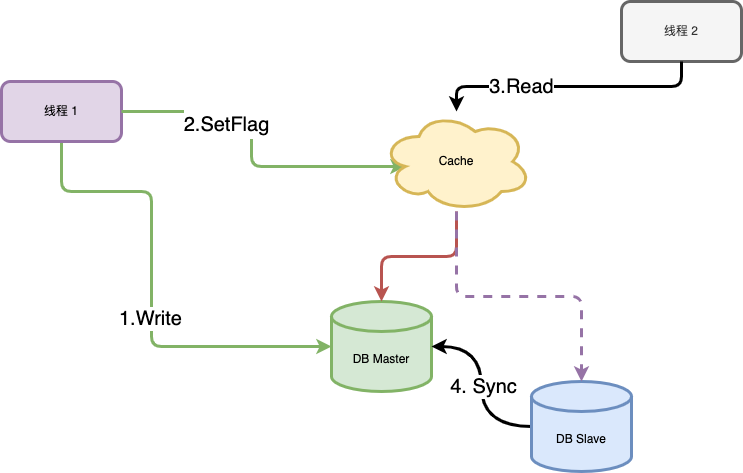
The draw.io diagram dynamicMaster.drawio.png in anriclee/diagramStorage, before a commit. Source tidied: cells renumbered, new cells last; positions are measured from the earlier drawing's top-left corner, leaving out a move shared by most shapes.
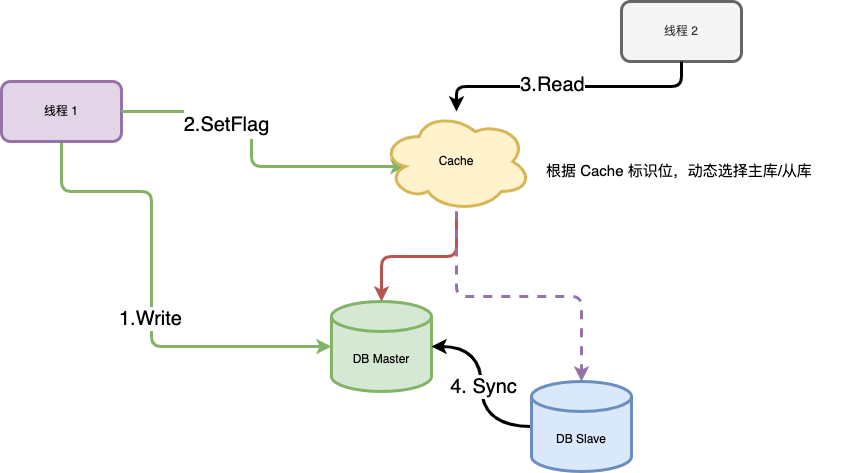
Above is the later version.

What changed in the source:
```diff
@@ -48,7 +48,9 @@
       <mxGeometry relative="1" as="geometry" />
     </mxCell>
     <mxCell id="13" value="&lt;font style=&quot;font-size: 20px;&quot;&gt;3.Read&lt;/font&gt;" style="edgeLabel;html=1;align=center;verticalAlign=middle;fontSize=27;fontFamily=Helvetica;fontColor=default;" parent="12" vertex="1">
-      <mxGeometry x="0.35" y="-3" relative="1" as="geometry" />
+      <mxGeometry x="0.35" y="-3" relative="1" as="geometry">
+        <mxPoint x="31" y="-2" as="offset" />
+      </mxGeometry>
     </mxCell>
     <mxCell id="14" style="edgeStyle=orthogonalEdgeStyle;shape=connector;rounded=1;jettySize=auto;html=1;labelBackgroundColor=default;fontFamily=Helvetica;fontSize=20;fontColor=default;endArrow=classic;strokeColor=#b85450;strokeWidth=3;fillColor=#f8cecc;" parent="1" edge="1" source="16" target="8">
       <mxGeometry relative="1" as="geometry" />
@@ -59,5 +61,8 @@
     <mxCell id="16" value="Cache" style="ellipse;shape=cloud;whiteSpace=wrap;html=1;rounded=1;fontFamily=Helvetica;fontSize=12;strokeColor=#d6b656;strokeWidth=3;fillColor=#fff2cc;" parent="1" vertex="1">
       <mxGeometry x="380" y="110" width="150" height="100" as="geometry" />
     </mxCell>
+    <mxCell id="17" value="&lt;h1&gt;&lt;font style=&quot;font-weight: normal; font-size: 15px;&quot;&gt;根据 Cache 标识位，动态选择主库/从库&lt;/font&gt;&lt;/h1&gt;" style="text;html=1;strokeColor=none;fillColor=none;spacing=5;spacingTop=-20;whiteSpace=wrap;overflow=hidden;rounded=0;fontFamily=Helvetica;fontSize=20;fontColor=default;" parent="1" vertex="1">
+      <mxGeometry x="540" y="120" width="320" height="100" as="geometry" />
+    </mxCell>
   </root>
 </mxGraphModel>
```
